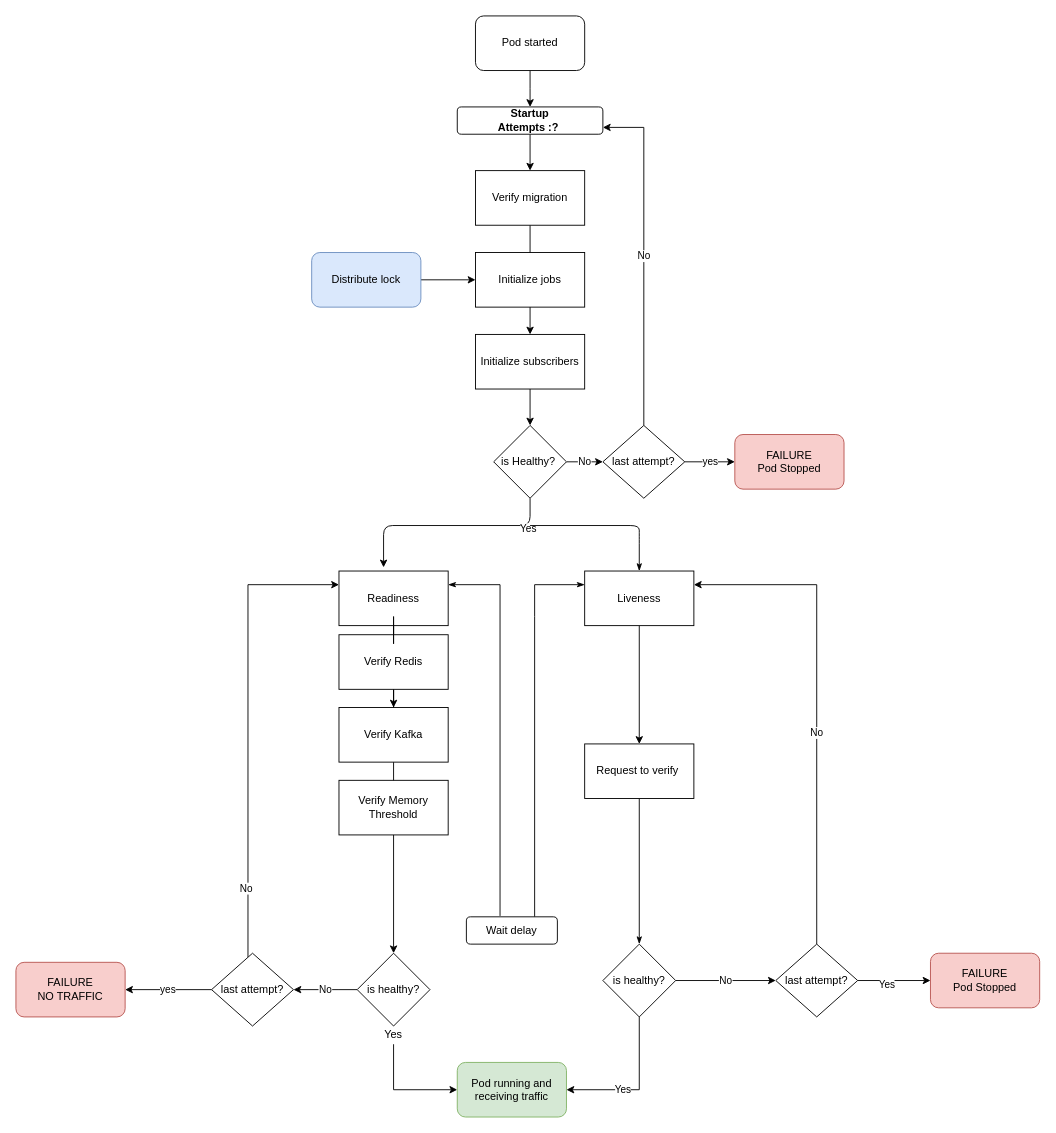
This is Untitled Diagram.drawio from danisanchezag/prueba1, a draw.io file, before an edit. Source tidied: cells renumbered, new cells numbered last; positions are measured from the earlier drawing's top-left corner, leaving out a move shared by most shapes. Both pictures are drawn from the tidied source at 91%, with x=0, y=0 at pixel (15, 15).
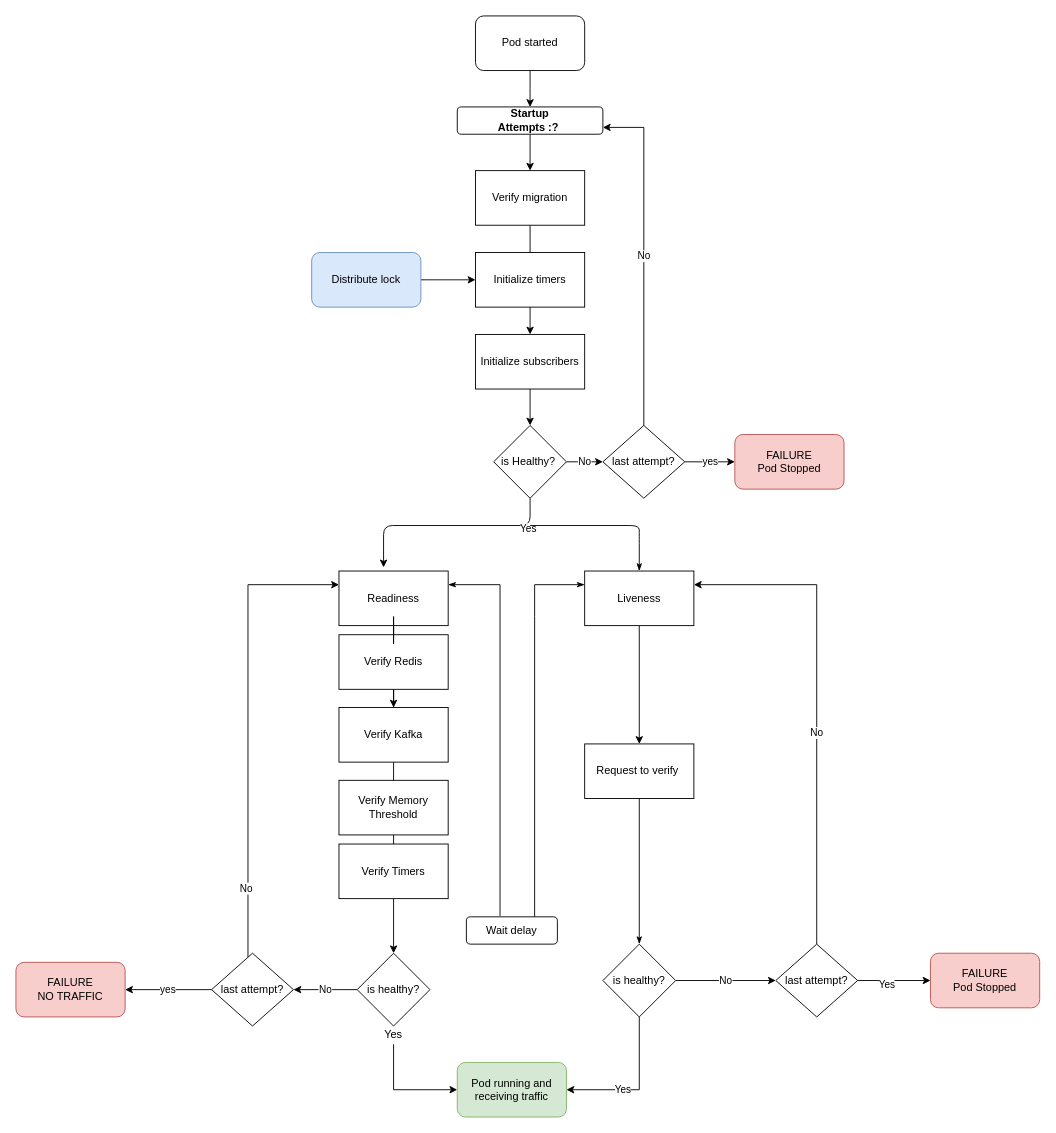
After the change.

Change to the diagram source:
```diff
@@
-    <mxCell id="13" value="Initialize jobs" style="rounded=0;whiteSpace=wrap;html=1;" parent="1" vertex="1">
+    <mxCell id="13" value="Initialize timers" style="rounded=0;whiteSpace=wrap;html=1;" parent="1" vertex="1">
       <mxGeometry x="505" y="260" width="120" height="60" as="geometry" />
     </mxCell>
@@
+    <mxCell id="56" value="Verify Timers" style="rounded=0;whiteSpace=wrap;html=1;" parent="1" vertex="1">
+      <mxGeometry x="355" y="910" width="120" height="60" as="geometry" />
+    </mxCell>
```
